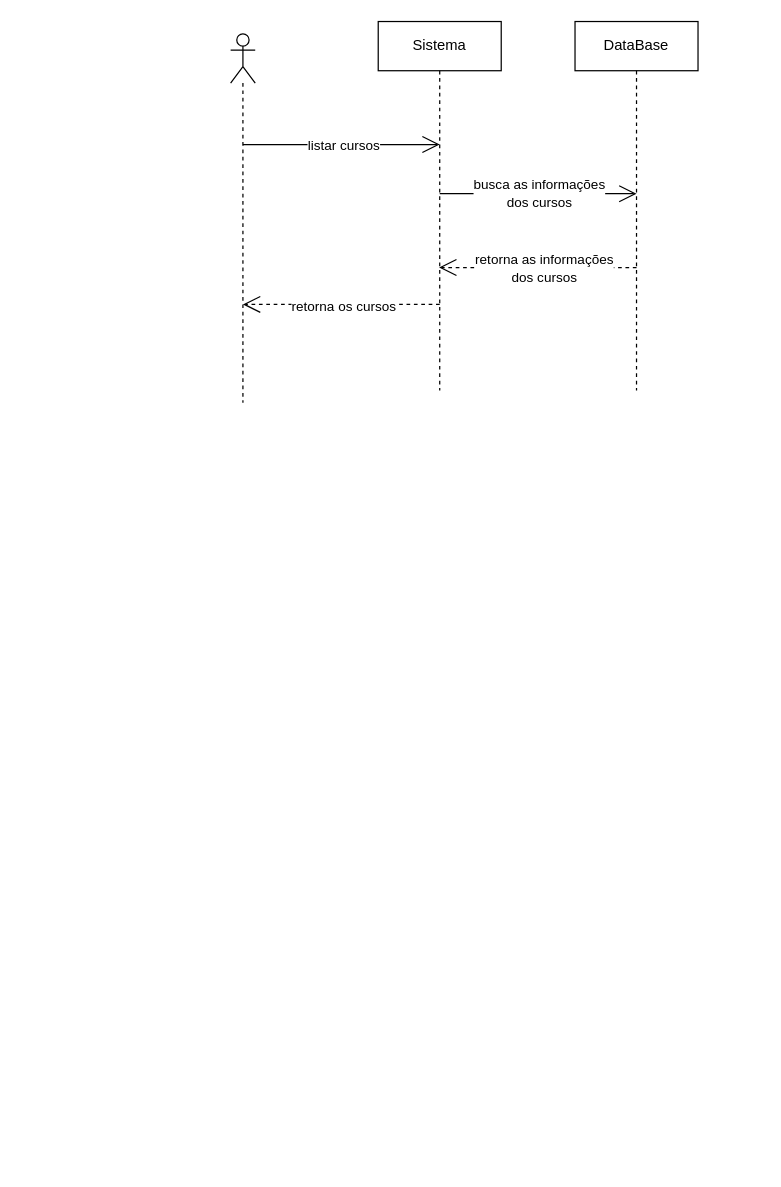
Before: page "listar cursos" (7 of 22) of diagramas/sequencias/sequencias.drawio in ismaelnata01-maker/sistema-de-gestao-escolar, a draw.io diagram. Source tidied: cells renumbered, new cells numbered last; positions are measured from the earlier drawing's top-left corner, leaving out a move shared by most shapes. Both pictures are drawn from the tidied source at 123%, with x=0, y=0 at pixel (230, 21).
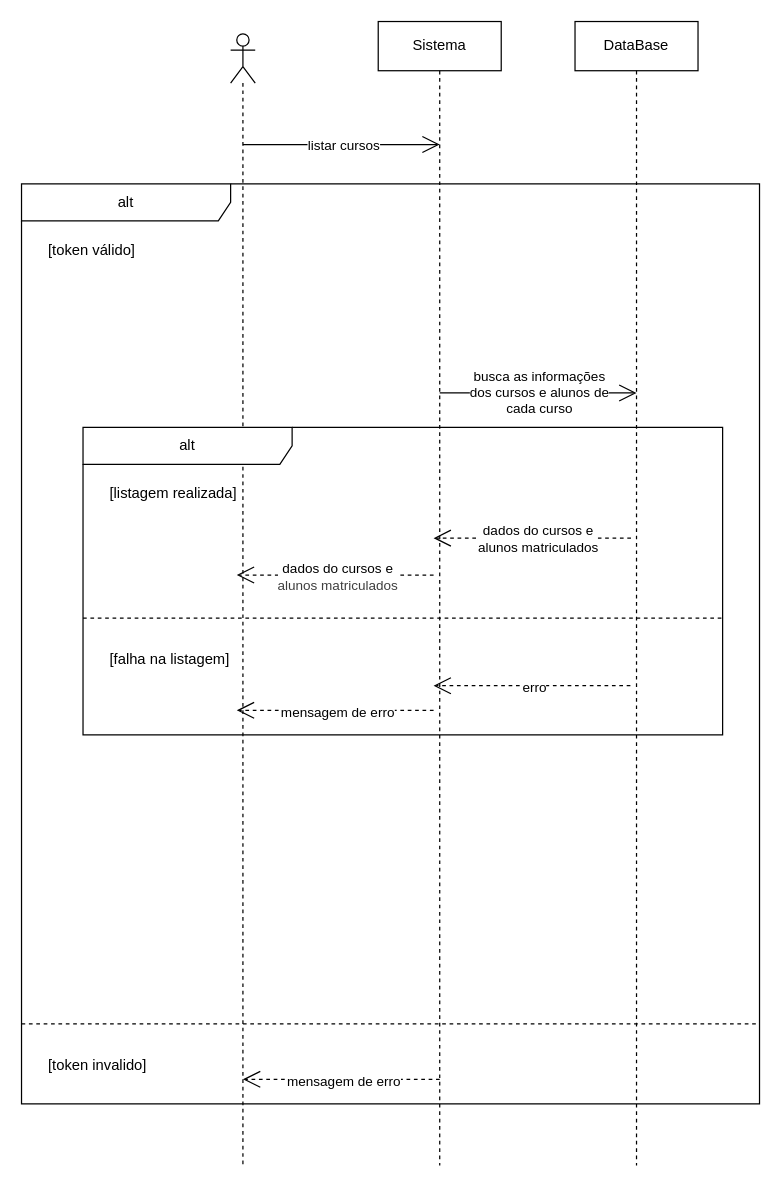
The same diagram, later.

The edit, as a diff of the source:
```diff
@@
-    <mxCell id="2" style="endArrow=open;endFill=1;endSize=12;html=1;dashed=1;" parent="1" edge="1">
-      <mxGeometry relative="1" as="geometry">
-        <mxPoint x="330" y="200" as="sourcePoint" />
-        <mxPoint x="169.5" y="200" as="targetPoint" />
-        <Array as="points">
-          <mxPoint x="310" y="200" />
-        </Array>
-      </mxGeometry>
-    </mxCell>
-    <mxCell id="3" value="retorna as informações&lt;div&gt;dos cursos&lt;/div&gt;" style="edgeLabel;html=1;align=center;verticalAlign=middle;" parent="2" vertex="1">
-      <mxGeometry x="-0.05" relative="1" as="geometry" />
-    </mxCell>
-    <mxCell id="4" style="shape=umlLifeline;perimeter=lifelinePerimeter;whiteSpace=wrap;html=1;newEdgeStyle={&quot;curved&quot;:0,&quot;rounded&quot;:0};participant=umlActor;" parent="1" vertex="1">
-      <mxGeometry y="10" width="20" height="300" as="geometry" />
-    </mxCell>
+    <mxCell id="13" style="shape=umlLifeline;perimeter=lifelinePerimeter;whiteSpace=wrap;html=1;newEdgeStyle={&quot;curved&quot;:0,&quot;rounded&quot;:0};participant=umlActor;" parent="1" vertex="1">
+      <mxGeometry y="10" width="20" height="920" as="geometry" />
+    </mxCell>
     <mxCell id="5" value="Sistema" style="shape=umlLifeline;perimeter=lifelinePerimeter;whiteSpace=wrap;html=1;newEdgeStyle={&quot;curved&quot;:0,&quot;rounded&quot;:0};" parent="1" vertex="1">
-      <mxGeometry x="120" width="100" height="300" as="geometry" />
+      <mxGeometry x="120" width="100" height="930" as="geometry" />
     </mxCell>
     <mxCell id="6" value="DataBase" style="shape=umlLifeline;perimeter=lifelinePerimeter;whiteSpace=wrap;html=1;newEdgeStyle={&quot;curved&quot;:0,&quot;rounded&quot;:0};" parent="1" vertex="1">
-      <mxGeometry x="280" width="100" height="300" as="geometry" />
+      <mxGeometry x="280" width="100" height="930" as="geometry" />
     </mxCell>
-    <mxCell id="7" style="endArrow=open;endFill=1;endSize=12;html=1;" parent="1" edge="1">
-      <mxGeometry relative="1" as="geometry">
-        <mxPoint x="10" y="100" as="sourcePoint" />
-        <mxPoint x="170" y="100" as="targetPoint" />
-      </mxGeometry>
-    </mxCell>
+    <mxCell id="14" style="endArrow=open;endFill=1;endSize=12;html=1;" parent="1" edge="1">
+      <mxGeometry relative="1" as="geometry">
+        <mxPoint x="10" y="100" as="sourcePoint" />
+        <mxPoint x="170" y="100" as="targetPoint" />
+      </mxGeometry>
+    </mxCell>
-    <mxCell id="8" value="listar cursos" style="edgeLabel;html=1;align=center;verticalAlign=middle;" parent="7" vertex="1">
+    <mxCell id="8" value="listar cursos" style="edgeLabel;html=1;align=center;verticalAlign=middle;" parent="14" vertex="1">
       <mxGeometry x="0.01" relative="1" as="geometry" />
     </mxCell>
-    <mxCell id="9" style="endArrow=open;endFill=1;endSize=12;html=1;" parent="1" edge="1">
-      <mxGeometry relative="1" as="geometry">
-        <mxPoint x="170" y="140" as="sourcePoint" />
-        <mxPoint x="330" y="140" as="targetPoint" />
-      </mxGeometry>
-    </mxCell>
-    <mxCell id="10" value="busca as informações&lt;div&gt;dos cursos&lt;/div&gt;" style="edgeLabel;html=1;align=center;verticalAlign=middle;" parent="9" vertex="1">
-      <mxGeometry y="1" relative="1" as="geometry" />
-    </mxCell>
-    <mxCell id="11" style="endArrow=open;endFill=1;endSize=12;html=1;dashed=1;" parent="1" edge="1">
-      <mxGeometry relative="1" as="geometry">
-        <mxPoint x="170" y="230" as="sourcePoint" />
-        <mxPoint x="10" y="230" as="targetPoint" />
-      </mxGeometry>
-    </mxCell>
-    <mxCell id="12" value="retorna os cursos" style="edgeLabel;html=1;align=center;verticalAlign=middle;" parent="11" vertex="1">
-      <mxGeometry x="-0.01" y="1" relative="1" as="geometry" />
-    </mxCell>
+    <mxCell id="15" value="alt" style="shape=umlFrame;whiteSpace=wrap;html=1;width=170;" parent="1" vertex="1">
+      <mxGeometry x="-170" y="132" width="600" height="748" as="geometry" />
+    </mxCell>
+    <mxCell id="16" value="[token válido]" style="text;html=1;" parent="15" vertex="1">
+      <mxGeometry width="100" height="20" relative="1" as="geometry">
+        <mxPoint x="20" y="40" as="offset" />
+      </mxGeometry>
+    </mxCell>
+    <mxCell id="17" value="[token invalido]" style="line;strokeWidth=1;dashed=1;labelPosition=center;verticalLabelPosition=bottom;align=left;verticalAlign=top;spacingLeft=20;spacingTop=15;html=1;whiteSpace=wrap;" parent="15" vertex="1">
+      <mxGeometry y="678" width="600" height="10" as="geometry" />
+    </mxCell>
+    <mxCell id="18" style="endArrow=open;endFill=1;endSize=12;html=1;dashed=1;" parent="15" edge="1">
+      <mxGeometry relative="1" as="geometry">
+        <mxPoint x="340" y="728" as="sourcePoint" />
+        <mxPoint x="180" y="728" as="targetPoint" />
+      </mxGeometry>
+    </mxCell>
+    <mxCell id="19" value="mensagem de erro" style="edgeLabel;html=1;align=center;verticalAlign=middle;" parent="18" vertex="1">
+      <mxGeometry x="-0.01" y="1" relative="1" as="geometry" />
+    </mxCell>
+    <mxCell id="20" value="alt" style="shape=umlFrame;whiteSpace=wrap;html=1;width=170;" parent="15" vertex="1">
+      <mxGeometry x="50" y="198" width="520" height="250" as="geometry" />
+    </mxCell>
+    <mxCell id="21" value="[listagem realizada]" style="text;html=1;" parent="20" vertex="1">
+      <mxGeometry width="100" height="20" relative="1" as="geometry">
+        <mxPoint x="20" y="40" as="offset" />
+      </mxGeometry>
+    </mxCell>
+    <mxCell id="22" value="[falha na listagem]" style="line;strokeWidth=1;dashed=1;labelPosition=center;verticalLabelPosition=bottom;align=left;verticalAlign=top;spacingLeft=20;spacingTop=15;html=1;whiteSpace=wrap;" parent="20" vertex="1">
+      <mxGeometry y="150" width="520" height="10" as="geometry" />
+    </mxCell>
+    <mxCell id="23" style="endArrow=open;endFill=1;endSize=12;html=1;dashed=1;" parent="20" edge="1">
+      <mxGeometry relative="1" as="geometry">
+        <mxPoint x="445" y="210" as="sourcePoint" />
+        <mxPoint x="285" y="210" as="targetPoint" />
+      </mxGeometry>
+    </mxCell>
+    <mxCell id="24" value="erro" style="edgeLabel;html=1;align=center;verticalAlign=middle;" parent="23" vertex="1">
+      <mxGeometry x="-0.01" y="1" relative="1" as="geometry" />
+    </mxCell>
+    <mxCell id="25" style="endArrow=open;endFill=1;endSize=12;html=1;dashed=1;" parent="20" edge="1">
+      <mxGeometry relative="1" as="geometry">
+        <mxPoint x="285" y="230" as="sourcePoint" />
+        <mxPoint x="125" y="230" as="targetPoint" />
+      </mxGeometry>
+    </mxCell>
+    <mxCell id="26" value="mensagem de erro" style="edgeLabel;html=1;align=center;verticalAlign=middle;" parent="25" vertex="1">
+      <mxGeometry x="-0.01" y="1" relative="1" as="geometry" />
+    </mxCell>
+    <mxCell id="27" style="endArrow=open;endFill=1;endSize=12;html=1;dashed=1;" parent="20" edge="1">
+      <mxGeometry relative="1" as="geometry">
+        <mxPoint x="445.5" y="90" as="sourcePoint" />
+        <mxPoint x="285" y="90" as="targetPoint" />
+        <Array as="points">
+          <mxPoint x="425.5" y="90" />
+        </Array>
+      </mxGeometry>
+    </mxCell>
+    <mxCell id="28" value="dados do cursos e&lt;div&gt;alunos matriculados&lt;/div&gt;" style="edgeLabel;html=1;align=center;verticalAlign=middle;" parent="27" vertex="1">
+      <mxGeometry x="-0.05" relative="1" as="geometry" />
+    </mxCell>
+    <mxCell id="29" style="endArrow=open;endFill=1;endSize=12;html=1;dashed=1;" parent="20" edge="1">
+      <mxGeometry relative="1" as="geometry">
+        <mxPoint x="285" y="120" as="sourcePoint" />
+        <mxPoint x="125" y="120" as="targetPoint" />
+      </mxGeometry>
+    </mxCell>
+    <mxCell id="30" value="&lt;span style=&quot;color: rgb(0, 0, 0);&quot;&gt;dados do cursos e&lt;/span&gt;&lt;div style=&quot;color: rgb(63, 63, 63); scrollbar-color: rgb(226, 226, 226) rgb(251, 251, 251);&quot;&gt;alunos matriculados&lt;/div&gt;" style="edgeLabel;html=1;align=center;verticalAlign=middle;" parent="29" vertex="1">
+      <mxGeometry x="-0.01" y="1" relative="1" as="geometry" />
+    </mxCell>
+    <mxCell id="31" style="endArrow=open;endFill=1;endSize=12;html=1;" parent="1" edge="1">
+      <mxGeometry relative="1" as="geometry">
+        <mxPoint x="170" y="302" as="sourcePoint" />
+        <mxPoint x="330" y="302" as="targetPoint" />
+      </mxGeometry>
+    </mxCell>
+    <mxCell id="32" value="busca as informações&lt;div&gt;dos cursos e alunos de&lt;/div&gt;&lt;div&gt;cada curso&lt;/div&gt;" style="edgeLabel;html=1;align=center;verticalAlign=middle;" parent="31" vertex="1">
+      <mxGeometry y="1" relative="1" as="geometry" />
+    </mxCell>
```
